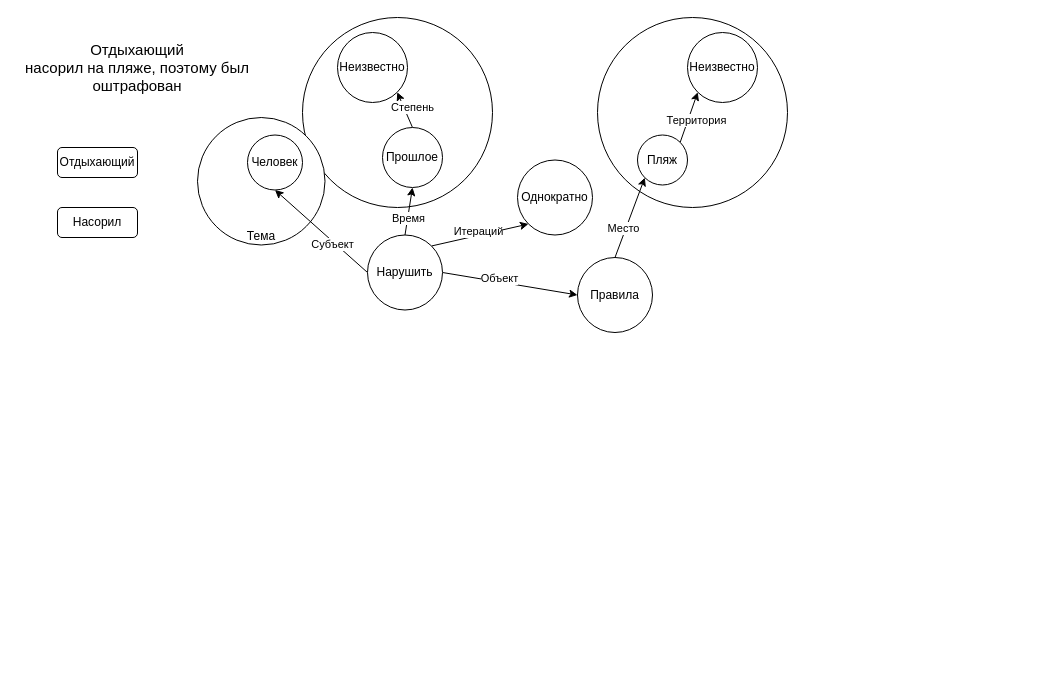
Earlier version of the draw.io diagram semantic final.drawio (DMfananddu/DSM). Source tidied: cells renumbered, new cells numbered last; positions are measured from the earlier drawing's top-left corner, leaving out a move shared by most shapes. Both pictures are drawn from the tidied source at 100%, with x=0, y=0 at pixel (17, 17).
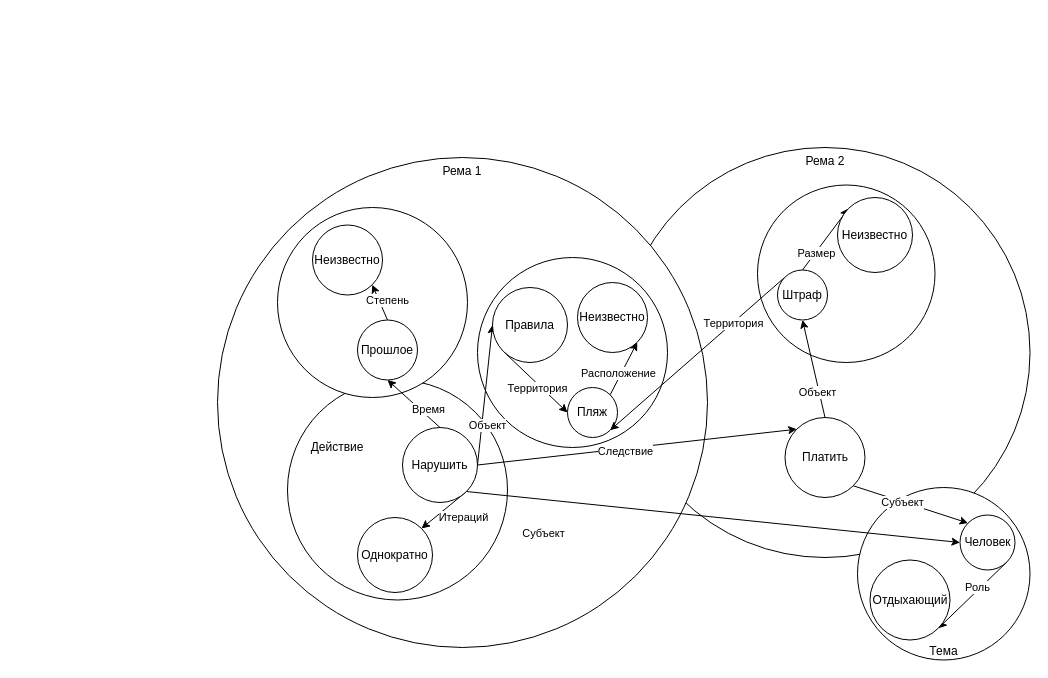
After the change.

The change refers to these unchanged cells:
```xml
<mxCell id="10" style="edgeStyle=none;rounded=0;jettySize=auto;html=1;exitX=1;exitY=0.5;exitDx=0;exitDy=0;entryX=0;entryY=0.5;entryDx=0;entryDy=0;" parent="1" edge="1" source="18" target="21">
  <mxGeometry relative="1" as="geometry" />
</mxCell>
```

Change to the diagram source:
```diff
@@
+    <mxCell id="30" value="Рема 2" style="ellipse;whiteSpace=wrap;html=1;verticalAlign=top;" parent="1" vertex="1">
+      <mxGeometry x="602.5" y="130" width="410" height="410" as="geometry" />
+    </mxCell>
+    <mxCell id="31" style="ellipse;whiteSpace=wrap;html=1;" parent="1" vertex="1">
+      <mxGeometry x="740" y="167.5" width="177.5" height="177.5" as="geometry" />
+    </mxCell>
+    <mxCell id="32" value="Рема 1" style="ellipse;whiteSpace=wrap;html=1;verticalAlign=top;" parent="1" vertex="1">
+      <mxGeometry x="200" y="140" width="490" height="490" as="geometry" />
+    </mxCell>
+    <mxCell id="33" style="ellipse;whiteSpace=wrap;html=1;" parent="1" vertex="1">
+      <mxGeometry x="270" y="362.5" width="220" height="220" as="geometry" />
+    </mxCell>
     <mxCell id="2" style="ellipse;whiteSpace=wrap;html=1;" parent="1" vertex="1">
-      <mxGeometry x="580" width="190" height="190" as="geometry" />
+      <mxGeometry x="460" y="240" width="190" height="190" as="geometry" />
     </mxCell>
     <mxCell id="3" style="ellipse;whiteSpace=wrap;html=1;" parent="1" vertex="1">
-      <mxGeometry x="285" width="190" height="190" as="geometry" />
+      <mxGeometry x="260" y="190" width="190" height="190" as="geometry" />
     </mxCell>
     <mxCell id="4" value="Тема" style="ellipse;whiteSpace=wrap;html=1;verticalAlign=bottom;" parent="1" vertex="1">
-      <mxGeometry x="180" y="100" width="127.5" height="127.5" as="geometry" />
+      <mxGeometry x="840" y="470" width="172.5" height="172.5" as="geometry" />
     </mxCell>
-    <mxCell id="5" value="&lt;span style=&quot;font-family: &amp;#34;calibri&amp;#34;&quot;&gt;&lt;font style=&quot;font-size: 15px&quot;&gt;Отдыхающий&lt;br/&gt;насорил на пляже, поэтому был оштрафован&lt;/font&gt;&lt;/span&gt;" style="text;html=1;strokeColor=none;fillColor=none;align=center;verticalAlign=middle;whiteSpace=wrap;rounded=0;" parent="1" vertex="1">
-      <mxGeometry y="10" width="240" height="80" as="geometry" />
-    </mxCell>
-    <mxCell id="6" value="Отдыхающий" style="rounded=1;whiteSpace=wrap;html=1;" parent="1" vertex="1">
-      <mxGeometry x="40" y="130" width="80" height="30" as="geometry" />
-    </mxCell>
+    <mxCell id="34" style="edgeStyle=none;rounded=0;jettySize=auto;html=1;exitX=1;exitY=1;exitDx=0;exitDy=0;entryX=1;entryY=1;entryDx=0;entryDy=0;" parent="1" edge="1" source="7" target="6">
+      <mxGeometry relative="1" as="geometry" />
+    </mxCell>
+    <mxCell id="35" value="Роль" style="edgeLabel;html=1;align=center;verticalAlign=middle;" parent="34" vertex="1">
+      <mxGeometry x="0.32" y="-1" relative="1" as="geometry">
+        <mxPoint x="16" y="-18" as="offset" />
+      </mxGeometry>
+    </mxCell>
     <mxCell id="7" value="Человек" style="ellipse;whiteSpace=wrap;html=1;" parent="1" vertex="1">
-      <mxGeometry x="230" y="117.5" width="55" height="55" as="geometry" />
+      <mxGeometry x="942.5" y="497.5" width="55" height="55" as="geometry" />
     </mxCell>
-    <mxCell id="8" value="Насорил" style="rounded=1;whiteSpace=wrap;html=1;" parent="1" vertex="1">
-      <mxGeometry x="40" y="190" width="80" height="30" as="geometry" />
-    </mxCell>
     <mxCell id="9" value="Однократно" style="ellipse;whiteSpace=wrap;html=1;" parent="1" vertex="1">
-      <mxGeometry x="500" y="142.5" width="75" height="75" as="geometry" />
+      <mxGeometry x="340" y="500" width="75" height="75" as="geometry" />
     </mxCell>
@@
     <mxCell id="11" value="Объект" style="edgeLabel;html=1;align=center;verticalAlign=middle;" parent="10" vertex="1">
       <mxGeometry x="-0.47" y="3" relative="1" as="geometry">
-        <mxPoint x="20" y="3" as="offset" />
+        <mxPoint x="8.1" y="-2.7" as="offset" />
       </mxGeometry>
     </mxCell>
-    <mxCell id="12" style="edgeStyle=none;rounded=0;jettySize=auto;html=1;exitX=0;exitY=0.5;exitDx=0;exitDy=0;entryX=0.5;entryY=1;entryDx=0;entryDy=0;" parent="1" edge="1" source="18" target="7">
+    <mxCell id="12" style="edgeStyle=none;rounded=0;jettySize=auto;html=1;exitX=1;exitY=1;exitDx=0;exitDy=0;entryX=0;entryY=0.5;entryDx=0;entryDy=0;" parent="1" edge="1" source="18" target="7">
       <mxGeometry relative="1" as="geometry" />
     </mxCell>
     <mxCell id="13" value="Субъект" style="edgeLabel;html=1;align=center;verticalAlign=middle;" parent="12" vertex="1">
       <mxGeometry x="-0.25" y="3" relative="1" as="geometry">
-        <mxPoint x="1" as="offset" />
+        <mxPoint x="-109.2" y="25.1" as="offset" />
       </mxGeometry>
     </mxCell>
-    <mxCell id="14" style="edgeStyle=none;rounded=0;jettySize=auto;html=1;exitX=1;exitY=0;exitDx=0;exitDy=0;entryX=0;entryY=1;entryDx=0;entryDy=0;" parent="1" edge="1" source="18" target="9">
+    <mxCell id="14" style="edgeStyle=none;rounded=0;jettySize=auto;html=1;exitX=1;exitY=1;exitDx=0;exitDy=0;entryX=1;entryY=0;entryDx=0;entryDy=0;" parent="1" edge="1" source="18" target="9">
       <mxGeometry relative="1" as="geometry" />
     </mxCell>
     <mxCell id="15" value="Итераций" style="edgeLabel;html=1;align=center;verticalAlign=middle;" parent="14" vertex="1">
       <mxGeometry x="-0.48" y="3" relative="1" as="geometry">
-        <mxPoint x="21.5" y="-6.5" as="offset" />
+        <mxPoint x="5.7" y="14.1" as="offset" />
       </mxGeometry>
     </mxCell>
@@
     <mxCell id="18" value="Нарушить" style="ellipse;whiteSpace=wrap;html=1;" parent="1" vertex="1">
-      <mxGeometry x="350" y="217.5" width="75" height="75" as="geometry" />
+      <mxGeometry x="385" y="410" width="75" height="75" as="geometry" />
     </mxCell>
-    <mxCell id="19" style="edgeStyle=none;rounded=0;jettySize=auto;html=1;exitX=0.5;exitY=0;exitDx=0;exitDy=0;entryX=0;entryY=1;entryDx=0;entryDy=0;" parent="1" edge="1" source="21" target="24">
+    <mxCell id="19" style="edgeStyle=none;rounded=0;jettySize=auto;html=1;exitX=0;exitY=1;exitDx=0;exitDy=0;entryX=0;entryY=0.5;entryDx=0;entryDy=0;" parent="1" edge="1" source="21" target="24">
       <mxGeometry relative="1" as="geometry" />
     </mxCell>
-    <mxCell id="20" value="Место" style="edgeLabel;html=1;align=center;verticalAlign=middle;" parent="19" vertex="1">
+    <mxCell id="20" value="Территория" style="edgeLabel;html=1;align=center;verticalAlign=middle;" parent="19" vertex="1">
       <mxGeometry x="-0.5" y="3" relative="1" as="geometry">
-        <mxPoint x="3.6" y="-8.4" as="offset" />
+        <mxPoint x="16" y="23" as="offset" />
       </mxGeometry>
     </mxCell>
     <mxCell id="21" value="Правила" style="ellipse;whiteSpace=wrap;html=1;" parent="1" vertex="1">
-      <mxGeometry x="560" y="240" width="75" height="75" as="geometry" />
+      <mxGeometry x="475" y="270" width="75" height="75" as="geometry" />
     </mxCell>
-    <mxCell id="22" style="edgeStyle=none;rounded=0;jettySize=auto;html=1;exitX=1;exitY=0;exitDx=0;exitDy=0;entryX=0;entryY=1;entryDx=0;entryDy=0;" parent="1" edge="1" source="24" target="29">
+    <mxCell id="22" style="edgeStyle=none;rounded=0;jettySize=auto;html=1;exitX=1;exitY=0;exitDx=0;exitDy=0;entryX=1;entryY=1;entryDx=0;entryDy=0;" parent="1" edge="1" source="24" target="29">
       <mxGeometry relative="1" as="geometry" />
     </mxCell>
-    <mxCell id="23" value="Территория" style="edgeLabel;html=1;align=center;verticalAlign=middle;" parent="22" vertex="1">
+    <mxCell id="23" value="Расположение" style="edgeLabel;html=1;align=center;verticalAlign=middle;" parent="22" vertex="1">
       <mxGeometry x="-0.49" relative="1" as="geometry">
-        <mxPoint x="10.9" y="-8.9" as="offset" />
+        <mxPoint x="0.5" y="-8.9" as="offset" />
       </mxGeometry>
     </mxCell>
     <mxCell id="24" value="Пляж" style="ellipse;whiteSpace=wrap;html=1;" parent="1" vertex="1">
-      <mxGeometry x="620" y="117.5" width="50" height="50" as="geometry" />
+      <mxGeometry x="550" y="370" width="50" height="50" as="geometry" />
     </mxCell>
@@
     <mxCell id="27" value="Прошлое" style="ellipse;whiteSpace=wrap;html=1;" parent="1" vertex="1">
-      <mxGeometry x="365" y="110" width="60" height="60" as="geometry" />
+      <mxGeometry x="340" y="302.5" width="60" height="60" as="geometry" />
     </mxCell>
     <mxCell id="28" value="Неизвестно" style="ellipse;whiteSpace=wrap;html=1;" parent="1" vertex="1">
-      <mxGeometry x="320" y="15" width="70" height="70" as="geometry" />
+      <mxGeometry x="295" y="207.5" width="70" height="70" as="geometry" />
     </mxCell>
     <mxCell id="29" value="Неизвестно" style="ellipse;whiteSpace=wrap;html=1;" parent="1" vertex="1">
-      <mxGeometry x="670" y="15" width="70" height="70" as="geometry" />
+      <mxGeometry x="560" y="265" width="70" height="70" as="geometry" />
     </mxCell>
+    <mxCell id="36" value="Действие" style="text;html=1;strokeColor=none;fillColor=none;align=center;verticalAlign=middle;whiteSpace=wrap;rounded=0;" parent="1" vertex="1">
+      <mxGeometry x="300" y="420" width="40" height="20" as="geometry" />
+    </mxCell>
+    <mxCell id="6" value="Отдыхающий" style="ellipse;whiteSpace=wrap;html=1;" parent="1" vertex="1">
+      <mxGeometry x="852.5" y="542.5" width="80" height="80" as="geometry" />
+    </mxCell>
+    <mxCell id="37" style="edgeStyle=none;rounded=0;jettySize=auto;html=1;exitX=0;exitY=0;exitDx=0;exitDy=0;entryX=1;entryY=1;entryDx=0;entryDy=0;" parent="1" edge="1" source="41" target="24">
+      <mxGeometry relative="1" as="geometry" />
+    </mxCell>
+    <mxCell id="38" value="Территория" style="edgeLabel;html=1;align=center;verticalAlign=middle;" parent="37" vertex="1">
+      <mxGeometry x="-0.4" relative="1" as="geometry">
+        <mxPoint x="1" as="offset" />
+      </mxGeometry>
+    </mxCell>
+    <mxCell id="39" style="edgeStyle=none;rounded=0;jettySize=auto;html=1;exitX=0.5;exitY=0;exitDx=0;exitDy=0;entryX=0;entryY=0;entryDx=0;entryDy=0;" parent="1" edge="1" source="41" target="44">
+      <mxGeometry relative="1" as="geometry" />
+    </mxCell>
+    <mxCell id="40" value="Размер" style="edgeLabel;html=1;align=center;verticalAlign=middle;" parent="39" vertex="1">
+      <mxGeometry x="-0.44" y="-1" relative="1" as="geometry" />
+    </mxCell>
+    <mxCell id="41" value="Штраф" style="ellipse;whiteSpace=wrap;html=1;" parent="1" vertex="1">
+      <mxGeometry x="760" y="252.5" width="50" height="50" as="geometry" />
+    </mxCell>
+    <mxCell id="42" style="rounded=0;jettySize=auto;html=1;exitX=1;exitY=0.5;exitDx=0;exitDy=0;entryX=0;entryY=0;entryDx=0;entryDy=0;" parent="1" edge="1" source="18" target="49">
+      <mxGeometry relative="1" as="geometry" />
+    </mxCell>
+    <mxCell id="43" value="Следствие" style="edgeLabel;html=1;align=center;verticalAlign=middle;" parent="42" vertex="1">
+      <mxGeometry x="-0.08" y="-3" relative="1" as="geometry" />
+    </mxCell>
+    <mxCell id="44" value="Неизвестно" style="ellipse;whiteSpace=wrap;html=1;" parent="1" vertex="1">
+      <mxGeometry x="820" y="180" width="75" height="75" as="geometry" />
+    </mxCell>
+    <mxCell id="45" style="edgeStyle=none;rounded=0;jettySize=auto;html=1;exitX=0.5;exitY=0;exitDx=0;exitDy=0;entryX=0.5;entryY=1;entryDx=0;entryDy=0;" parent="1" edge="1" source="49" target="41">
+      <mxGeometry relative="1" as="geometry" />
+    </mxCell>
+    <mxCell id="46" value="Объект" style="edgeLabel;html=1;align=center;verticalAlign=middle;" parent="45" vertex="1">
+      <mxGeometry x="-0.46" y="2" relative="1" as="geometry" />
+    </mxCell>
+    <mxCell id="47" style="edgeStyle=none;rounded=0;jettySize=auto;html=1;exitX=1;exitY=1;exitDx=0;exitDy=0;entryX=0;entryY=0;entryDx=0;entryDy=0;" parent="1" edge="1" source="49" target="7">
+      <mxGeometry relative="1" as="geometry" />
+    </mxCell>
+    <mxCell id="48" value="Субъект" style="edgeLabel;html=1;align=center;verticalAlign=middle;" parent="47" vertex="1">
+      <mxGeometry x="-0.15" relative="1" as="geometry" />
+    </mxCell>
+    <mxCell id="49" value="Платить" style="ellipse;whiteSpace=wrap;html=1;" parent="1" vertex="1">
+      <mxGeometry x="767.5" y="400" width="80" height="80" as="geometry" />
+    </mxCell>
```
